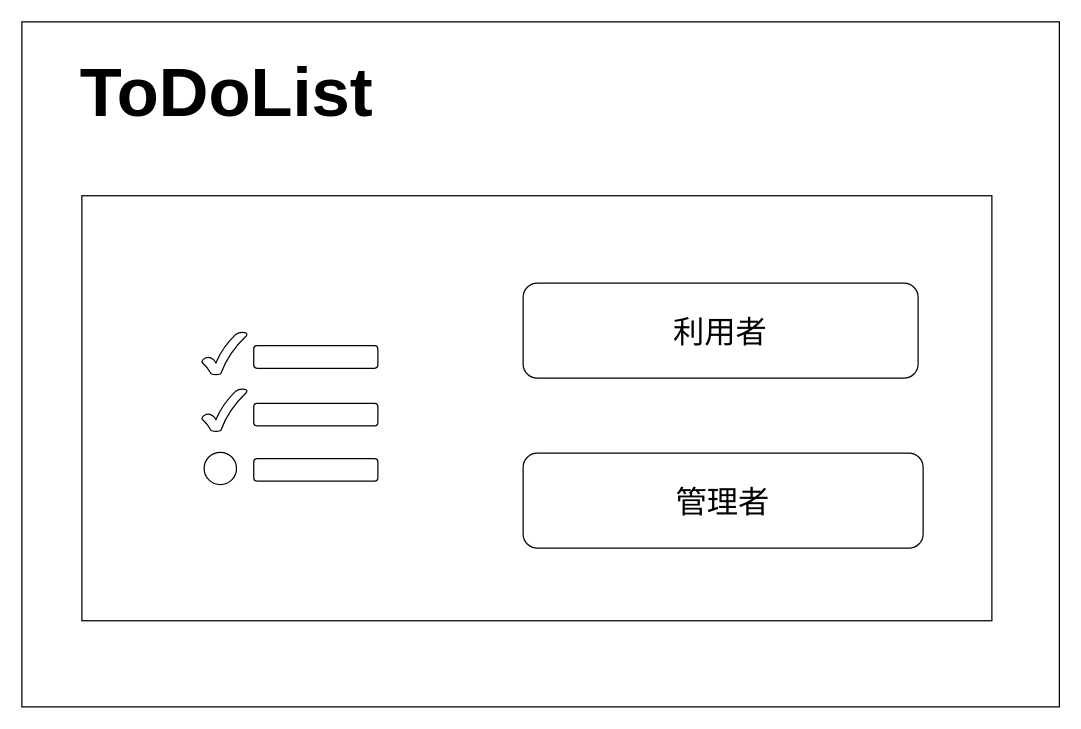
This is portfolio03/01/layout/start_page/portfolio03_01_start_page.drawio from RRRYOOO/portfolio, a draw.io file, before an edit. Source tidied: cells renumbered, new cells numbered last; positions are measured from the earlier drawing's top-left corner, leaving out a move shared by most shapes. Both pictures are drawn from the tidied source at 125%, with x=0, y=0 at pixel (21, 21).
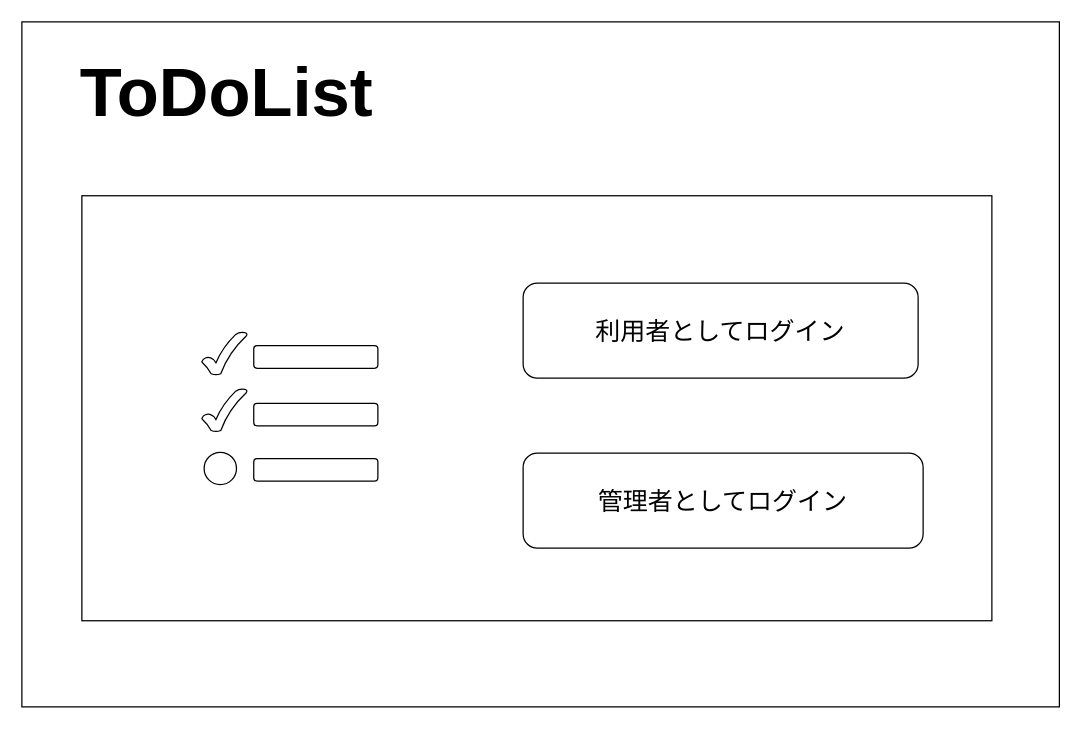
The same diagram, later.

Change to the diagram source:
```diff
@@
 <mxGraphModel>
   <root>
     <mxCell id="0" />
     <mxCell id="1" parent="0" />
     <mxCell id="2" style="rounded=0;whiteSpace=wrap;html=1;" parent="1" vertex="1">
       <mxGeometry width="830" height="548" as="geometry" />
     </mxCell>
     <mxCell id="3" value="&lt;b style=&quot;font-size: 55px;&quot;&gt;&lt;font style=&quot;font-size: 55px;&quot;&gt;ToDoList&lt;/font&gt;&lt;/b&gt;" style="text;html=1;strokeColor=none;fillColor=none;align=center;verticalAlign=middle;whiteSpace=wrap;rounded=0;strokeWidth=4;fontSize=55;" parent="1" vertex="1">
       <mxGeometry x="40" y="24" width="248" height="64" as="geometry" />
     </mxCell>
     <mxCell id="4" style="rounded=0;whiteSpace=wrap;html=1;fontSize=25;" parent="1" vertex="1">
       <mxGeometry x="48" y="139.1" width="728" height="340" as="geometry" />
     </mxCell>
-    <mxCell id="5" value="&lt;font style=&quot;font-size: 25px;&quot;&gt;利用者&lt;/font&gt;" style="rounded=1;whiteSpace=wrap;html=1;fontSize=25;" parent="1" vertex="1">
+    <mxCell id="5" value="&lt;font style=&quot;font-size: 20px;&quot;&gt;利用者としてログイン&lt;/font&gt;" style="rounded=1;whiteSpace=wrap;html=1;fontSize=20;" parent="1" vertex="1">
       <mxGeometry x="401" y="209" width="316" height="76" as="geometry" />
     </mxCell>
-    <mxCell id="6" value="&lt;span style=&quot;font-size: 25px;&quot;&gt;管理者&lt;/span&gt;" style="rounded=1;whiteSpace=wrap;html=1;fontSize=25;" parent="1" vertex="1">
+    <mxCell id="6" value="&lt;span style=&quot;font-size: 20px;&quot;&gt;管理者としてログイン&lt;/span&gt;" style="rounded=1;whiteSpace=wrap;html=1;fontSize=20;" parent="1" vertex="1">
       <mxGeometry x="401" y="345" width="320" height="76" as="geometry" />
     </mxCell>
     <mxCell id="7" style="group;" parent="1" vertex="1">
       <mxGeometry x="144" y="248" width="140.9" height="122.2" as="geometry" />
     </mxCell>
     <mxCell id="8" style="verticalLabelPosition=bottom;verticalAlign=top;html=1;shape=mxgraph.basic.tick;fontSize=25;" parent="7" vertex="1">
       <mxGeometry width="36.1" height="34.5" as="geometry" />
     </mxCell>
     <mxCell id="9" style="rounded=1;whiteSpace=wrap;html=1;fontSize=25;" parent="7" vertex="1">
       <mxGeometry x="41.5" y="11" width="99.3" height="18.1" as="geometry" />
     </mxCell>
     <mxCell id="10" style="verticalLabelPosition=bottom;verticalAlign=top;html=1;shape=mxgraph.basic.tick;fontSize=25;" parent="7" vertex="1">
       <mxGeometry y="45.4" width="36.1" height="34.5" as="geometry" />
     </mxCell>
     <mxCell id="11" style="ellipse;whiteSpace=wrap;html=1;fontSize=25;" parent="7" vertex="1">
       <mxGeometry x="1.8" y="96.3" width="25.9" height="25.9" as="geometry" />
     </mxCell>
     <mxCell id="12" style="rounded=1;whiteSpace=wrap;html=1;fontSize=25;" parent="7" vertex="1">
       <mxGeometry x="41.5" y="57.1" width="99.3" height="18.1" as="geometry" />
     </mxCell>
     <mxCell id="13" style="rounded=1;whiteSpace=wrap;html=1;fontSize=25;" parent="7" vertex="1">
       <mxGeometry x="41.5" y="101.3" width="99.3" height="18.1" as="geometry" />
     </mxCell>
   </root>
 </mxGraphModel>
```
